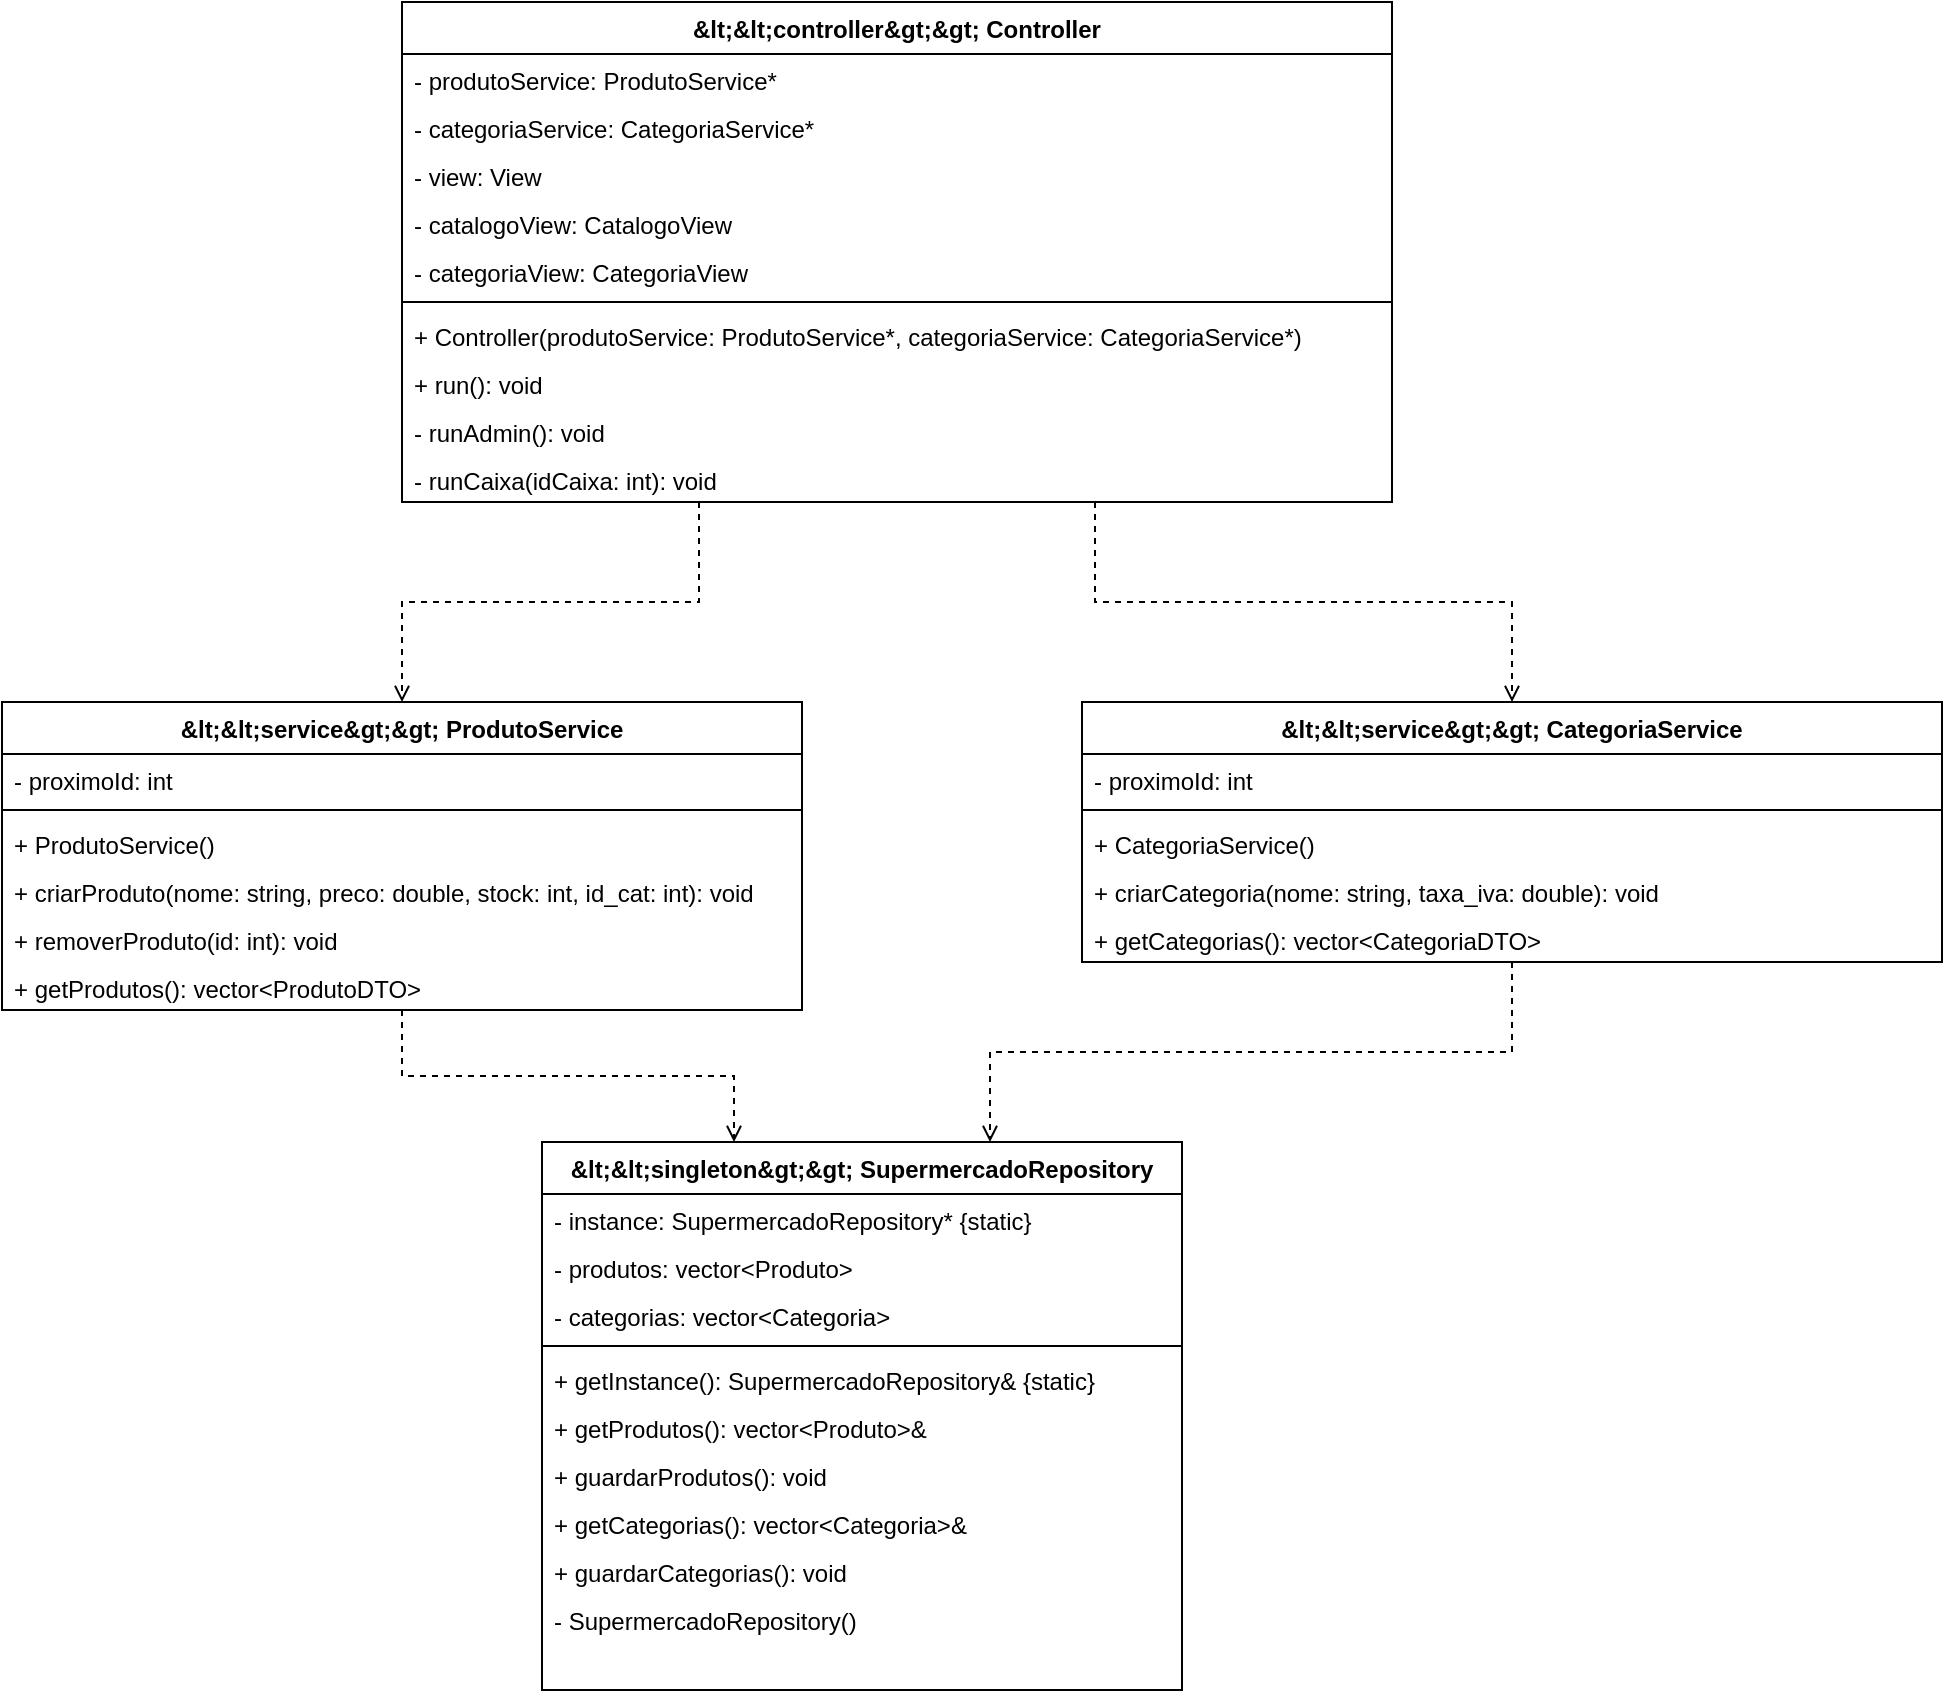
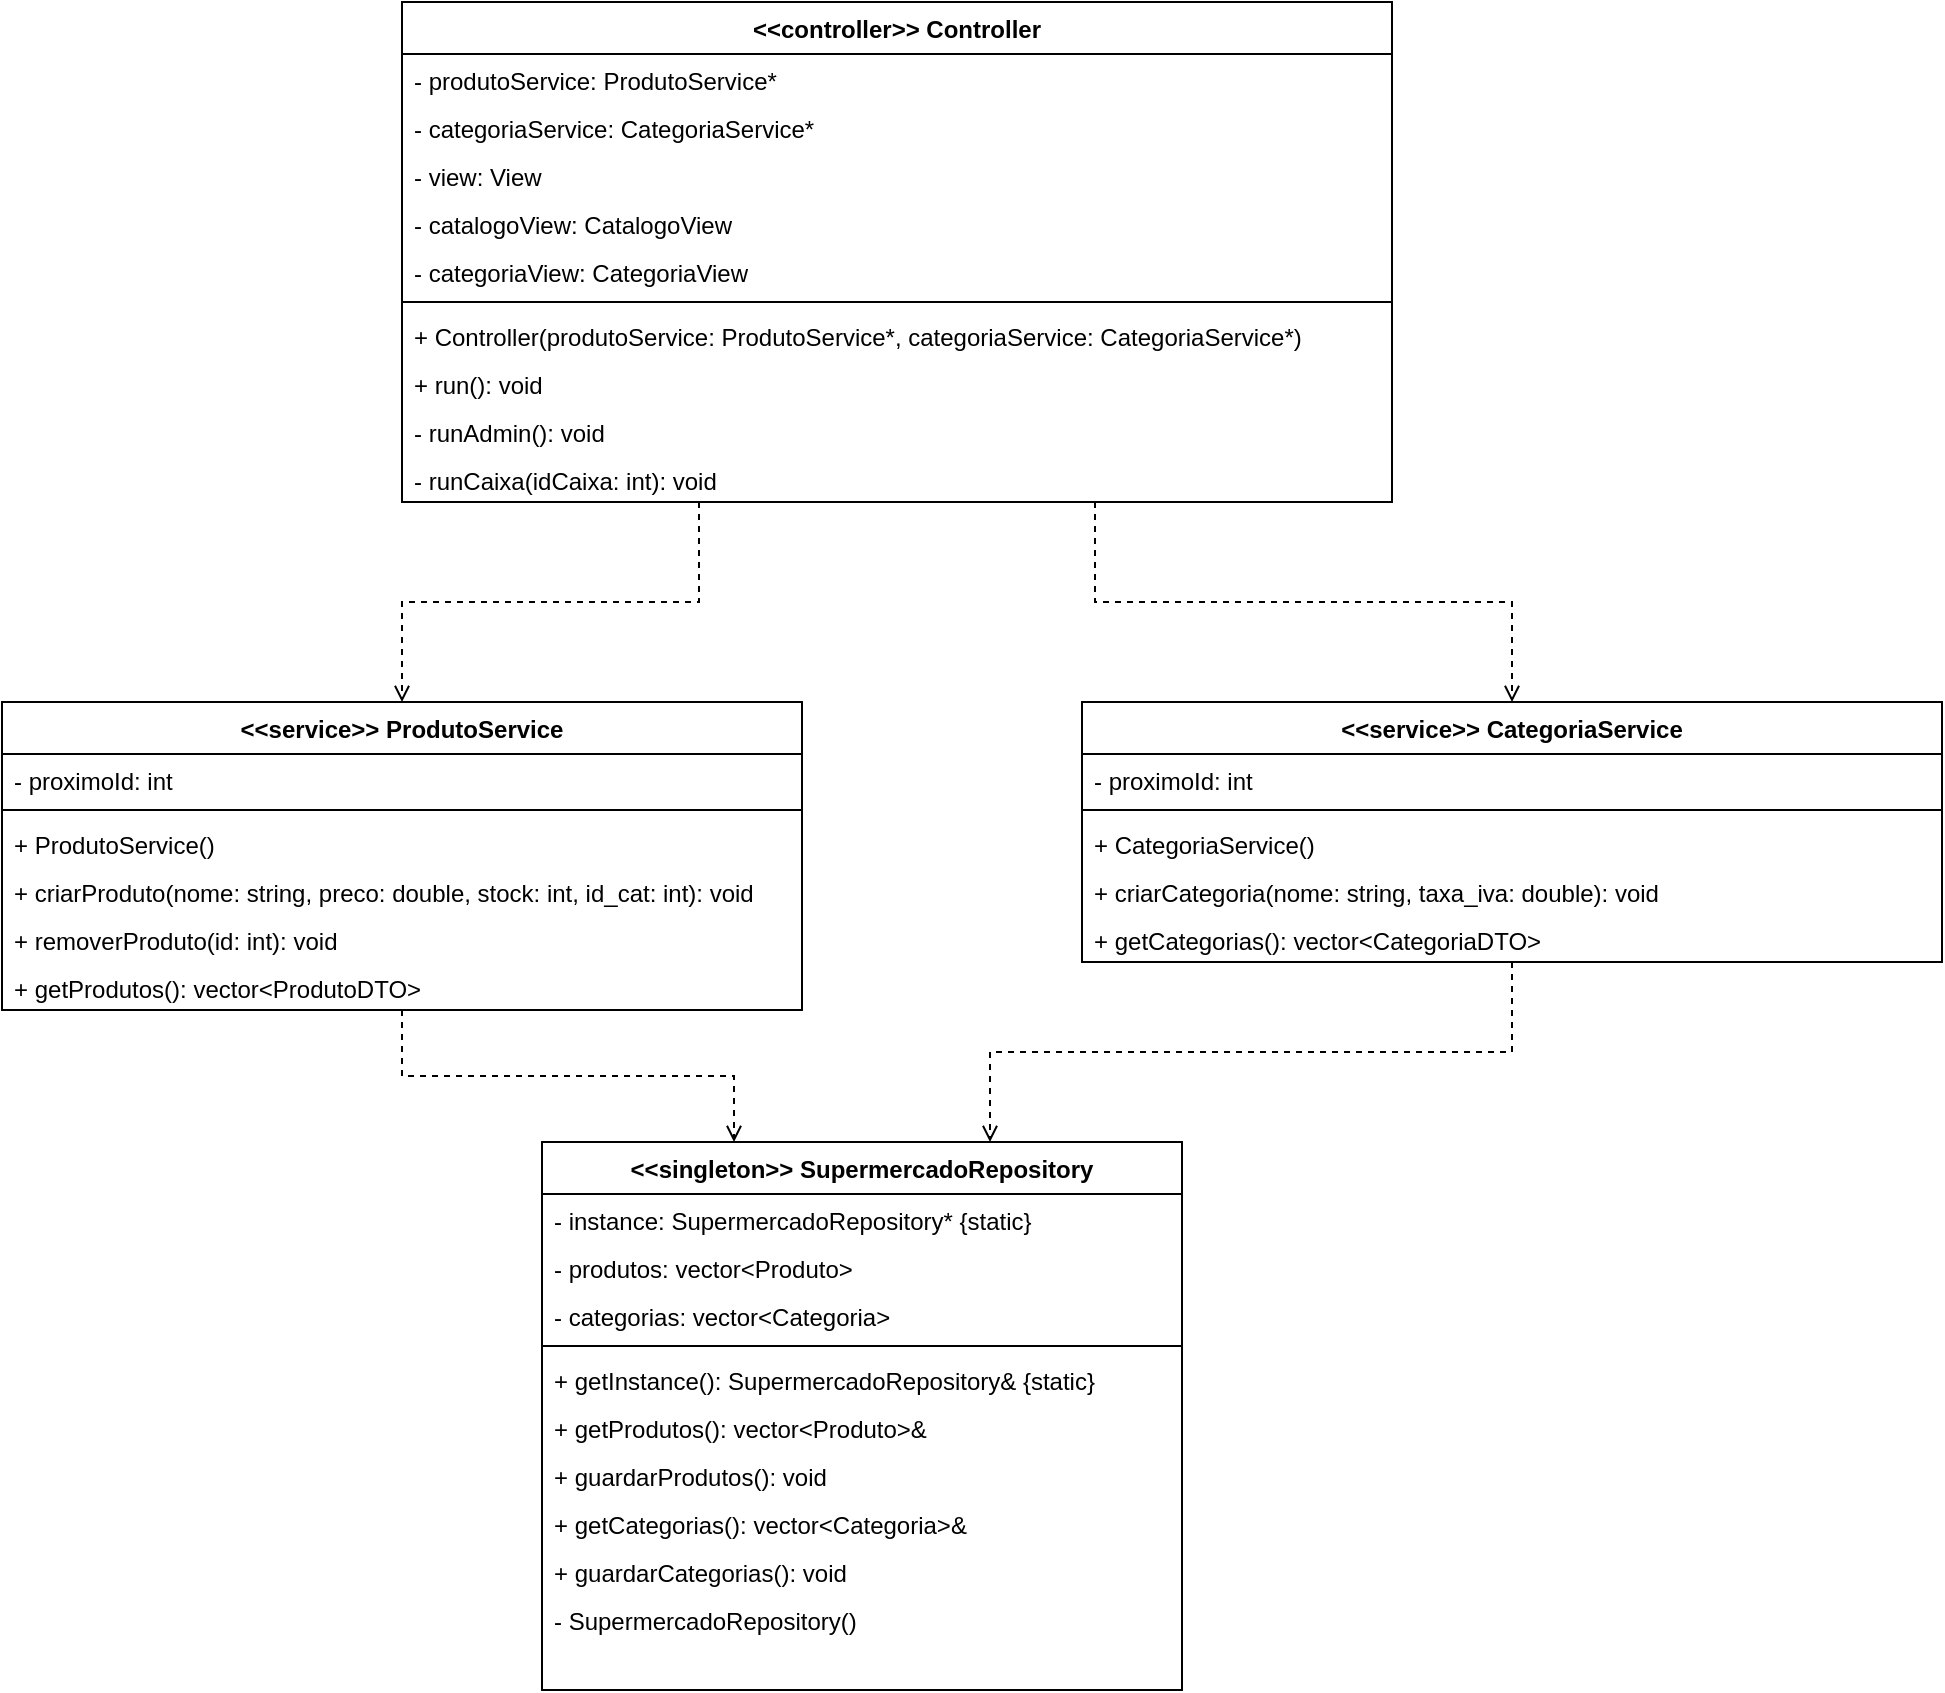
<?xml version='1.0' encoding='utf-8'?>
<mxfile host="app.diagrams.net">
  <diagram id="ControllerSvcDCD" name="Controller and Services Class Diagram">
    <mxGraphModel dx="1571" dy="857" grid="1" gridSize="10" guides="1" tooltips="1" connect="1" arrows="1" fold="1" page="1" pageScale="1" pageWidth="900" pageHeight="750" math="0" shadow="0">
      <root>
        <mxCell id="0" />
        <mxCell id="1" parent="0" />
-         <mxCell id="cls_controller" parent="1" style="swimlane;fontStyle=1;align=center;verticalAlign=top;childLayout=stackLayout;horizontal=1;startSize=26;horizontalStack=0;resizeParent=1;resizeLast=0;collapsible=1;marginBottom=0;rounded=0;shadow=0;strokeWidth=1;" value="&amp;lt;&amp;lt;controller&amp;gt;&amp;gt; Controller" vertex="1">
+         <mxCell id="cls_controller" parent="1" style="swimlane;fontStyle=1;align=center;verticalAlign=top;childLayout=stackLayout;horizontal=1;startSize=26;horizontalStack=0;resizeParent=1;resizeLast=0;collapsible=1;marginBottom=0;rounded=0;shadow=0;strokeWidth=1;" value="&lt;&lt;controller&gt;&gt; Controller" vertex="1">
          <mxGeometry height="250" width="495" x="220" y="20" as="geometry" />
        </mxCell>
        <mxCell id="cls_controller_a_0" parent="cls_controller" style="text;align=left;verticalAlign=top;spacingLeft=4;spacingRight=4;overflow=hidden;rotatable=0;points=[[0,0.5],[1,0.5]];portConstraint=eastwest;rounded=0;shadow=0;html=0;" value="- produtoService: ProdutoService*" vertex="1">
          <mxGeometry height="24" width="495" y="26" as="geometry" />
        </mxCell>
        <mxCell id="cls_controller_a_1" parent="cls_controller" style="text;align=left;verticalAlign=top;spacingLeft=4;spacingRight=4;overflow=hidden;rotatable=0;points=[[0,0.5],[1,0.5]];portConstraint=eastwest;rounded=0;shadow=0;html=0;" value="- categoriaService: CategoriaService*" vertex="1">
          <mxGeometry height="24" width="495" y="50" as="geometry" />
        </mxCell>
        <mxCell id="cls_controller_a_2" parent="cls_controller" style="text;align=left;verticalAlign=top;spacingLeft=4;spacingRight=4;overflow=hidden;rotatable=0;points=[[0,0.5],[1,0.5]];portConstraint=eastwest;rounded=0;shadow=0;html=0;" value="- view: View" vertex="1">
          <mxGeometry height="24" width="495" y="74" as="geometry" />
        </mxCell>
        <mxCell id="cls_controller_a_3" parent="cls_controller" style="text;align=left;verticalAlign=top;spacingLeft=4;spacingRight=4;overflow=hidden;rotatable=0;points=[[0,0.5],[1,0.5]];portConstraint=eastwest;rounded=0;shadow=0;html=0;" value="- catalogoView: CatalogoView" vertex="1">
          <mxGeometry height="24" width="495" y="98" as="geometry" />
        </mxCell>
        <mxCell id="cls_controller_a_4" parent="cls_controller" style="text;align=left;verticalAlign=top;spacingLeft=4;spacingRight=4;overflow=hidden;rotatable=0;points=[[0,0.5],[1,0.5]];portConstraint=eastwest;rounded=0;shadow=0;html=0;" value="- categoriaView: CategoriaView" vertex="1">
          <mxGeometry height="24" width="495" y="122" as="geometry" />
        </mxCell>
        <mxCell id="cls_controller_sep" parent="cls_controller" style="line;html=1;strokeWidth=1;align=left;verticalAlign=middle;spacingTop=-1;spacingLeft=3;spacingRight=3;rotatable=0;labelPosition=right;points=[];portConstraint=eastwest;" value="" vertex="1">
          <mxGeometry height="8" width="495" y="146" as="geometry" />
        </mxCell>
        <mxCell id="cls_controller_m_0" parent="cls_controller" style="text;align=left;verticalAlign=top;spacingLeft=4;spacingRight=4;overflow=hidden;rotatable=0;points=[[0,0.5],[1,0.5]];portConstraint=eastwest;rounded=0;shadow=0;html=0;" value="+ Controller(produtoService: ProdutoService*, categoriaService: CategoriaService*)" vertex="1">
          <mxGeometry height="24" width="495" y="154" as="geometry" />
        </mxCell>
        <mxCell id="cls_controller_m_1" parent="cls_controller" style="text;align=left;verticalAlign=top;spacingLeft=4;spacingRight=4;overflow=hidden;rotatable=0;points=[[0,0.5],[1,0.5]];portConstraint=eastwest;rounded=0;shadow=0;html=0;" value="+ run(): void" vertex="1">
          <mxGeometry height="24" width="495" y="178" as="geometry" />
        </mxCell>
        <mxCell id="cls_controller_m_2" parent="cls_controller" style="text;align=left;verticalAlign=top;spacingLeft=4;spacingRight=4;overflow=hidden;rotatable=0;points=[[0,0.5],[1,0.5]];portConstraint=eastwest;rounded=0;shadow=0;html=0;" value="- runAdmin(): void" vertex="1">
          <mxGeometry height="24" width="495" y="202" as="geometry" />
        </mxCell>
        <mxCell id="cls_controller_m_3" parent="cls_controller" style="text;align=left;verticalAlign=top;spacingLeft=4;spacingRight=4;overflow=hidden;rotatable=0;points=[[0,0.5],[1,0.5]];portConstraint=eastwest;rounded=0;shadow=0;html=0;" value="- runCaixa(idCaixa: int): void" vertex="1">
          <mxGeometry height="24" width="495" y="226" as="geometry" />
        </mxCell>
-         <mxCell id="cls_produtosvc" parent="1" style="swimlane;fontStyle=1;align=center;verticalAlign=top;childLayout=stackLayout;horizontal=1;startSize=26;horizontalStack=0;resizeParent=1;resizeLast=0;collapsible=1;marginBottom=0;rounded=0;shadow=0;strokeWidth=1;" value="&amp;lt;&amp;lt;service&amp;gt;&amp;gt; ProdutoService" vertex="1">
+         <mxCell id="cls_produtosvc" parent="1" style="swimlane;fontStyle=1;align=center;verticalAlign=top;childLayout=stackLayout;horizontal=1;startSize=26;horizontalStack=0;resizeParent=1;resizeLast=0;collapsible=1;marginBottom=0;rounded=0;shadow=0;strokeWidth=1;" value="&lt;&lt;service&gt;&gt; ProdutoService" vertex="1">
          <mxGeometry height="154" width="400" x="20" y="370" as="geometry" />
        </mxCell>
        <mxCell id="cls_produtosvc_a_0" parent="cls_produtosvc" style="text;align=left;verticalAlign=top;spacingLeft=4;spacingRight=4;overflow=hidden;rotatable=0;points=[[0,0.5],[1,0.5]];portConstraint=eastwest;rounded=0;shadow=0;html=0;" value="- proximoId: int" vertex="1">
          <mxGeometry height="24" width="400" y="26" as="geometry" />
        </mxCell>
        <mxCell id="cls_produtosvc_sep" parent="cls_produtosvc" style="line;html=1;strokeWidth=1;align=left;verticalAlign=middle;spacingTop=-1;spacingLeft=3;spacingRight=3;rotatable=0;labelPosition=right;points=[];portConstraint=eastwest;" value="" vertex="1">
          <mxGeometry height="8" width="400" y="50" as="geometry" />
        </mxCell>
        <mxCell id="cls_produtosvc_m_0" parent="cls_produtosvc" style="text;align=left;verticalAlign=top;spacingLeft=4;spacingRight=4;overflow=hidden;rotatable=0;points=[[0,0.5],[1,0.5]];portConstraint=eastwest;rounded=0;shadow=0;html=0;" value="+ ProdutoService()" vertex="1">
          <mxGeometry height="24" width="400" y="58" as="geometry" />
        </mxCell>
        <mxCell id="cls_produtosvc_m_1" parent="cls_produtosvc" style="text;align=left;verticalAlign=top;spacingLeft=4;spacingRight=4;overflow=hidden;rotatable=0;points=[[0,0.5],[1,0.5]];portConstraint=eastwest;rounded=0;shadow=0;html=0;" value="+ criarProduto(nome: string, preco: double, stock: int, id_cat: int): void" vertex="1">
          <mxGeometry height="24" width="400" y="82" as="geometry" />
        </mxCell>
        <mxCell id="cls_produtosvc_m_2" parent="cls_produtosvc" style="text;align=left;verticalAlign=top;spacingLeft=4;spacingRight=4;overflow=hidden;rotatable=0;points=[[0,0.5],[1,0.5]];portConstraint=eastwest;rounded=0;shadow=0;html=0;" value="+ removerProduto(id: int): void" vertex="1">
          <mxGeometry height="24" width="400" y="106" as="geometry" />
        </mxCell>
        <mxCell id="cls_produtosvc_m_3" parent="cls_produtosvc" style="text;align=left;verticalAlign=top;spacingLeft=4;spacingRight=4;overflow=hidden;rotatable=0;points=[[0,0.5],[1,0.5]];portConstraint=eastwest;rounded=0;shadow=0;html=0;" value="+ getProdutos(): vector&lt;ProdutoDTO&gt;" vertex="1">
          <mxGeometry height="24" width="400" y="130" as="geometry" />
        </mxCell>
-         <mxCell id="cls_categoriasvc" parent="1" style="swimlane;fontStyle=1;align=center;verticalAlign=top;childLayout=stackLayout;horizontal=1;startSize=26;horizontalStack=0;resizeParent=1;resizeLast=0;collapsible=1;marginBottom=0;rounded=0;shadow=0;strokeWidth=1;" value="&amp;lt;&amp;lt;service&amp;gt;&amp;gt; CategoriaService" vertex="1">
+         <mxCell id="cls_categoriasvc" parent="1" style="swimlane;fontStyle=1;align=center;verticalAlign=top;childLayout=stackLayout;horizontal=1;startSize=26;horizontalStack=0;resizeParent=1;resizeLast=0;collapsible=1;marginBottom=0;rounded=0;shadow=0;strokeWidth=1;" value="&lt;&lt;service&gt;&gt; CategoriaService" vertex="1">
          <mxGeometry height="130" width="430" x="560" y="370" as="geometry" />
        </mxCell>
        <mxCell id="cls_categoriasvc_a_0" parent="cls_categoriasvc" style="text;align=left;verticalAlign=top;spacingLeft=4;spacingRight=4;overflow=hidden;rotatable=0;points=[[0,0.5],[1,0.5]];portConstraint=eastwest;rounded=0;shadow=0;html=0;" value="- proximoId: int" vertex="1">
          <mxGeometry height="24" width="430" y="26" as="geometry" />
        </mxCell>
        <mxCell id="cls_categoriasvc_sep" parent="cls_categoriasvc" style="line;html=1;strokeWidth=1;align=left;verticalAlign=middle;spacingTop=-1;spacingLeft=3;spacingRight=3;rotatable=0;labelPosition=right;points=[];portConstraint=eastwest;" value="" vertex="1">
          <mxGeometry height="8" width="430" y="50" as="geometry" />
        </mxCell>
        <mxCell id="cls_categoriasvc_m_0" parent="cls_categoriasvc" style="text;align=left;verticalAlign=top;spacingLeft=4;spacingRight=4;overflow=hidden;rotatable=0;points=[[0,0.5],[1,0.5]];portConstraint=eastwest;rounded=0;shadow=0;html=0;" value="+ CategoriaService()" vertex="1">
          <mxGeometry height="24" width="430" y="58" as="geometry" />
        </mxCell>
        <mxCell id="cls_categoriasvc_m_1" parent="cls_categoriasvc" style="text;align=left;verticalAlign=top;spacingLeft=4;spacingRight=4;overflow=hidden;rotatable=0;points=[[0,0.5],[1,0.5]];portConstraint=eastwest;rounded=0;shadow=0;html=0;" value="+ criarCategoria(nome: string, taxa_iva: double): void" vertex="1">
          <mxGeometry height="24" width="430" y="82" as="geometry" />
        </mxCell>
        <mxCell id="cls_categoriasvc_m_2" parent="cls_categoriasvc" style="text;align=left;verticalAlign=top;spacingLeft=4;spacingRight=4;overflow=hidden;rotatable=0;points=[[0,0.5],[1,0.5]];portConstraint=eastwest;rounded=0;shadow=0;html=0;" value="+ getCategorias(): vector&lt;CategoriaDTO&gt;" vertex="1">
          <mxGeometry height="24" width="430" y="106" as="geometry" />
        </mxCell>
-         <mxCell id="cls_repo" parent="1" style="swimlane;fontStyle=1;align=center;verticalAlign=top;childLayout=stackLayout;horizontal=1;startSize=26;horizontalStack=0;resizeParent=1;resizeLast=0;collapsible=1;marginBottom=0;rounded=0;shadow=0;strokeWidth=1;" value="&amp;lt;&amp;lt;singleton&amp;gt;&amp;gt; SupermercadoRepository" vertex="1">
+         <mxCell id="cls_repo" parent="1" style="swimlane;fontStyle=1;align=center;verticalAlign=top;childLayout=stackLayout;horizontal=1;startSize=26;horizontalStack=0;resizeParent=1;resizeLast=0;collapsible=1;marginBottom=0;rounded=0;shadow=0;strokeWidth=1;" value="&lt;&lt;singleton&gt;&gt; SupermercadoRepository" vertex="1">
          <mxGeometry height="274" width="320" x="290" y="590" as="geometry" />
        </mxCell>
        <mxCell id="cls_repo_a_0" parent="cls_repo" style="text;align=left;verticalAlign=top;spacingLeft=4;spacingRight=4;overflow=hidden;rotatable=0;points=[[0,0.5],[1,0.5]];portConstraint=eastwest;rounded=0;shadow=0;html=0;" value="- instance: SupermercadoRepository* {static}" vertex="1">
          <mxGeometry height="24" width="320" y="26" as="geometry" />
        </mxCell>
        <mxCell id="cls_repo_a_1" parent="cls_repo" style="text;align=left;verticalAlign=top;spacingLeft=4;spacingRight=4;overflow=hidden;rotatable=0;points=[[0,0.5],[1,0.5]];portConstraint=eastwest;rounded=0;shadow=0;html=0;" value="- produtos: vector&lt;Produto&gt;" vertex="1">
          <mxGeometry height="24" width="320" y="50" as="geometry" />
        </mxCell>
        <mxCell id="cls_repo_a_2" parent="cls_repo" style="text;align=left;verticalAlign=top;spacingLeft=4;spacingRight=4;overflow=hidden;rotatable=0;points=[[0,0.5],[1,0.5]];portConstraint=eastwest;rounded=0;shadow=0;html=0;" value="- categorias: vector&lt;Categoria&gt;" vertex="1">
          <mxGeometry height="24" width="320" y="74" as="geometry" />
        </mxCell>
        <mxCell id="cls_repo_sep" parent="cls_repo" style="line;html=1;strokeWidth=1;align=left;verticalAlign=middle;spacingTop=-1;spacingLeft=3;spacingRight=3;rotatable=0;labelPosition=right;points=[];portConstraint=eastwest;" value="" vertex="1">
          <mxGeometry height="8" width="320" y="98" as="geometry" />
        </mxCell>
        <mxCell id="cls_repo_m_0" parent="cls_repo" style="text;align=left;verticalAlign=top;spacingLeft=4;spacingRight=4;overflow=hidden;rotatable=0;points=[[0,0.5],[1,0.5]];portConstraint=eastwest;rounded=0;shadow=0;html=0;" value="+ getInstance(): SupermercadoRepository&amp; {static}" vertex="1">
          <mxGeometry height="24" width="320" y="106" as="geometry" />
        </mxCell>
        <mxCell id="cls_repo_m_1" parent="cls_repo" style="text;align=left;verticalAlign=top;spacingLeft=4;spacingRight=4;overflow=hidden;rotatable=0;points=[[0,0.5],[1,0.5]];portConstraint=eastwest;rounded=0;shadow=0;html=0;" value="+ getProdutos(): vector&lt;Produto&gt;&amp;" vertex="1">
          <mxGeometry height="24" width="320" y="130" as="geometry" />
        </mxCell>
        <mxCell id="cls_repo_m_2" parent="cls_repo" style="text;align=left;verticalAlign=top;spacingLeft=4;spacingRight=4;overflow=hidden;rotatable=0;points=[[0,0.5],[1,0.5]];portConstraint=eastwest;rounded=0;shadow=0;html=0;" value="+ guardarProdutos(): void" vertex="1">
          <mxGeometry height="24" width="320" y="154" as="geometry" />
        </mxCell>
        <mxCell id="cls_repo_m_3" parent="cls_repo" style="text;align=left;verticalAlign=top;spacingLeft=4;spacingRight=4;overflow=hidden;rotatable=0;points=[[0,0.5],[1,0.5]];portConstraint=eastwest;rounded=0;shadow=0;html=0;" value="+ getCategorias(): vector&lt;Categoria&gt;&amp;" vertex="1">
          <mxGeometry height="24" width="320" y="178" as="geometry" />
        </mxCell>
        <mxCell id="cls_repo_m_4" parent="cls_repo" style="text;align=left;verticalAlign=top;spacingLeft=4;spacingRight=4;overflow=hidden;rotatable=0;points=[[0,0.5],[1,0.5]];portConstraint=eastwest;rounded=0;shadow=0;html=0;" value="+ guardarCategorias(): void" vertex="1">
          <mxGeometry height="24" width="320" y="202" as="geometry" />
        </mxCell>
        <mxCell id="cls_repo_m_5" parent="cls_repo" style="text;align=left;verticalAlign=top;spacingLeft=4;spacingRight=4;overflow=hidden;rotatable=0;points=[[0,0.5],[1,0.5]];portConstraint=eastwest;rounded=0;shadow=0;html=0;" value="- SupermercadoRepository()" vertex="1">
          <mxGeometry height="24" width="320" y="226" as="geometry" />
        </mxCell>
        <mxCell id="rel_ctrl_prod" edge="1" parent="1" source="cls_controller" style="endArrow=open;html=1;dashed=1;edgeStyle=orthogonalEdgeStyle;rounded=0;exitX=0.3;exitY=1;entryX=0.5;entryY=0;" target="cls_produtosvc" value="">
          <mxGeometry relative="1" as="geometry" />
        </mxCell>
        <mxCell id="rel_ctrl_cat" edge="1" parent="1" source="cls_controller" style="endArrow=open;html=1;dashed=1;edgeStyle=orthogonalEdgeStyle;rounded=0;exitX=0.7;exitY=1;entryX=0.5;entryY=0;" target="cls_categoriasvc" value="">
          <mxGeometry relative="1" as="geometry" />
        </mxCell>
        <mxCell id="rel_prod_repo" edge="1" parent="1" source="cls_produtosvc" style="endArrow=open;html=1;dashed=1;edgeStyle=orthogonalEdgeStyle;rounded=0;exitX=0.5;exitY=1;entryX=0.3;entryY=0;" target="cls_repo" value="">
          <mxGeometry relative="1" as="geometry" />
        </mxCell>
        <mxCell id="rel_cat_repo" edge="1" parent="1" source="cls_categoriasvc" style="endArrow=open;html=1;dashed=1;edgeStyle=orthogonalEdgeStyle;rounded=0;exitX=0.5;exitY=1;entryX=0.7;entryY=0;" target="cls_repo" value="">
          <mxGeometry relative="1" as="geometry" />
        </mxCell>
      </root>
    </mxGraphModel>
  </diagram>
</mxfile>